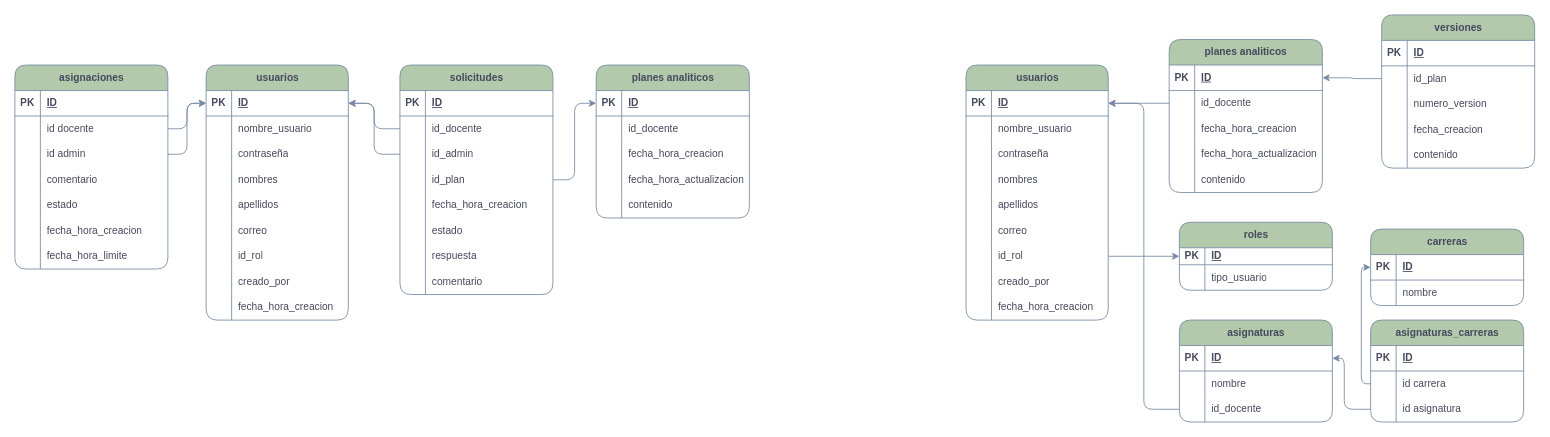
Before: page "tablas" (1 of 4) of Diagrama sin título.drawio in JesusBriones2/prueba, a draw.io diagram. Source tidied: cells renumbered, new cells numbered last; positions are measured from the earlier drawing's top-left corner, leaving out a move shared by most shapes. Both pictures are drawn from the tidied source at 85%, with x=0, y=0 at pixel (14, 14).
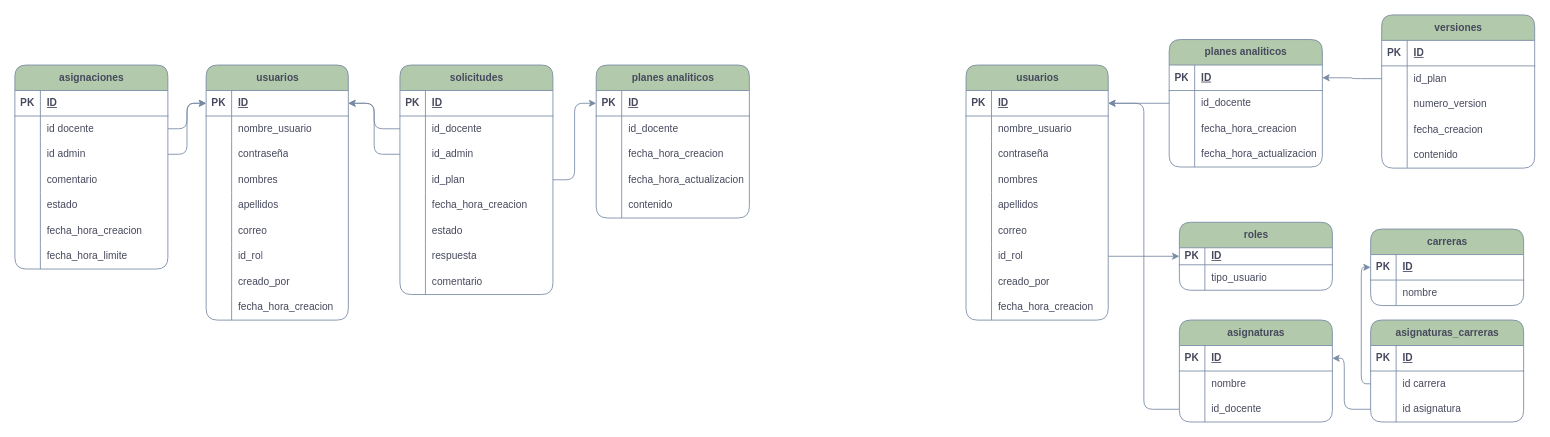
The same diagram, later.

What changed in the source:
```diff
@@
     <mxCell id="64" value="planes analiticos" style="shape=table;startSize=30;childLayout=tableLayout;rowLines=0;fontStyle=1;align=center;html=1;rounded=1;strokeColor=#788AA3;fontColor=#46495D;fillColor=#B2C9AB;labelBackgroundColor=none;" parent="1" vertex="1">
-      <mxGeometry x="1358" y="29" width="180.2" height="180" as="geometry" />
+      <mxGeometry x="1358" y="29" width="180.2" height="150" as="geometry" />
     </mxCell>
@@
-    <mxCell id="77" style="shape=tableRow;horizontal=0;startSize=0;swimlaneHead=0;swimlaneBody=0;fillColor=none;top=0;left=0;right=0;bottom=0;rounded=1;strokeColor=#788AA3;fontColor=#46495D;labelBackgroundColor=none;" parent="64" vertex="1">
-      <mxGeometry y="150" width="180.2" height="30" as="geometry" />
-    </mxCell>
-    <mxCell id="78" style="shape=partialRectangle;fillColor=none;top=0;left=0;bottom=0;right=0;overflow=hidden;whiteSpace=wrap;html=1;rounded=1;strokeColor=#788AA3;fontColor=#46495D;labelBackgroundColor=none;" parent="77" vertex="1">
-      <mxGeometry width="30" height="30" as="geometry" />
-    </mxCell>
-    <mxCell id="79" value="contenido" style="shape=partialRectangle;fillColor=none;top=0;left=0;bottom=0;right=0;align=left;spacingLeft=6;overflow=hidden;whiteSpace=wrap;html=1;rounded=1;strokeColor=#788AA3;fontColor=#46495D;labelBackgroundColor=none;" parent="77" vertex="1">
-      <mxGeometry x="30" width="150.2" height="30" as="geometry" />
-    </mxCell>
```
